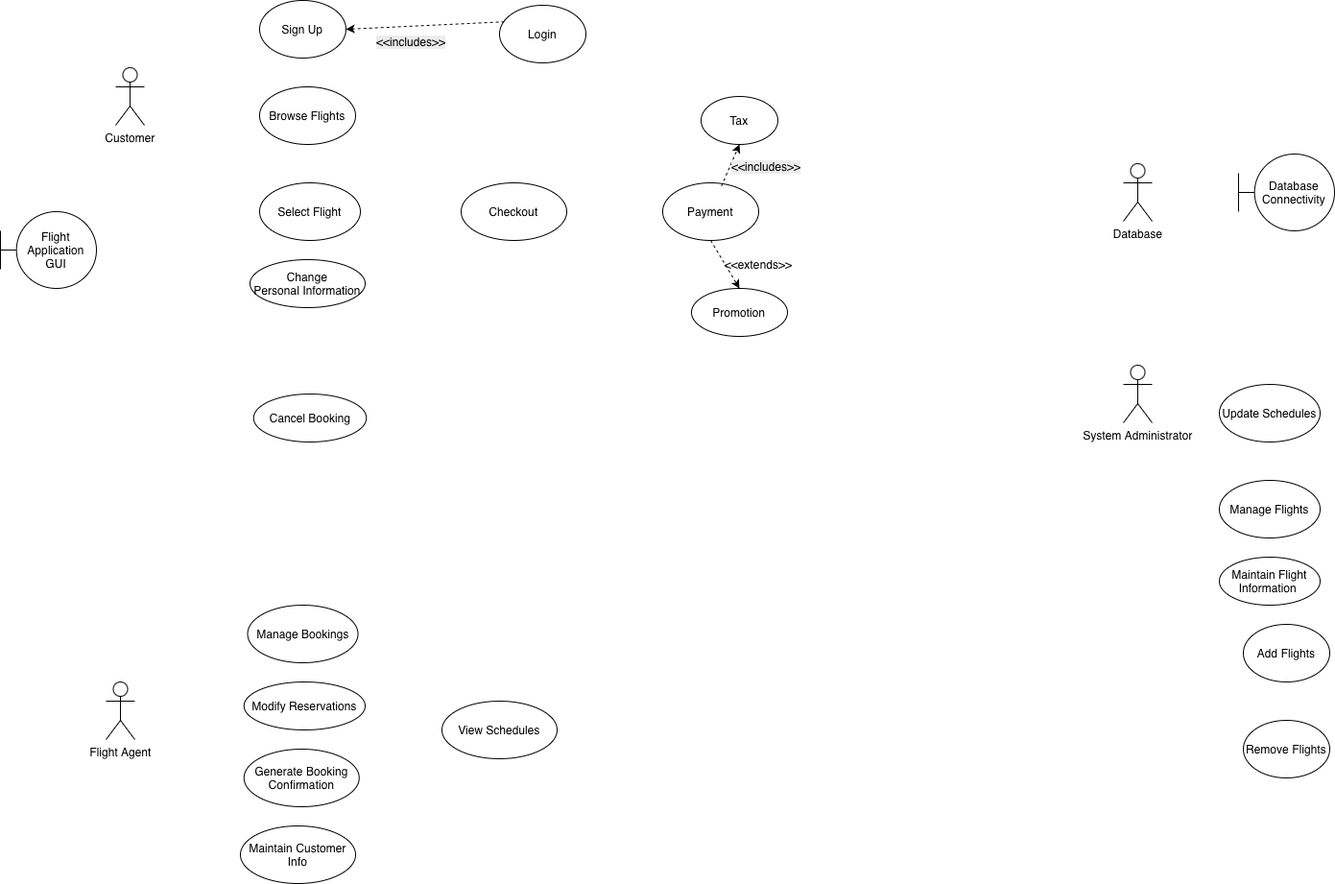
Above: SystemUseCaseDiagram.drawio.png in aditi-j25/Flight_Flow_Reservation_System (draw.io), before the change. Source tidied: cells renumbered, new cells last; positions are measured from the earlier drawing's top-left corner, leaving out a move shared by most shapes. Its diagram source:
```xml
<mxGraphModel>
  <root>
    <mxCell id="0" />
    <mxCell id="1" parent="0" />
    <mxCell id="2" value="Customer" style="shape=umlActor;verticalLabelPosition=bottom;verticalAlign=top;html=1;" parent="1" vertex="1">
      <mxGeometry x="120" y="70" width="30" height="60" as="geometry" />
    </mxCell>
    <mxCell id="3" value="Database" style="shape=umlActor;verticalLabelPosition=bottom;verticalAlign=top;html=1;" parent="1" vertex="1">
      <mxGeometry x="1170" y="170" width="30" height="60" as="geometry" />
    </mxCell>
    <mxCell id="4" value="Login" style="ellipse;whiteSpace=wrap;html=1;" parent="1" vertex="1">
      <mxGeometry x="520" y="5" width="90" height="60" as="geometry" />
    </mxCell>
    <mxCell id="5" value="System Administrator" style="shape=umlActor;verticalLabelPosition=bottom;verticalAlign=top;html=1;" parent="1" vertex="1">
      <mxGeometry x="1170" y="380" width="30" height="60" as="geometry" />
    </mxCell>
    <mxCell id="6" value="Checkout" style="ellipse;whiteSpace=wrap;html=1;" parent="1" vertex="1">
      <mxGeometry x="480" y="190" width="110" height="60" as="geometry" />
    </mxCell>
    <mxCell id="7" value="Browse Flights" style="ellipse;whiteSpace=wrap;html=1;" parent="1" vertex="1">
      <mxGeometry x="270" y="90" width="100" height="60" as="geometry" />
    </mxCell>
    <mxCell id="8" value="Select Flight" style="ellipse;whiteSpace=wrap;html=1;" parent="1" vertex="1">
      <mxGeometry x="270" y="190" width="105" height="60" as="geometry" />
    </mxCell>
    <mxCell id="9" value="Sign Up" style="ellipse;whiteSpace=wrap;html=1;" parent="1" vertex="1">
      <mxGeometry x="270" width="90" height="60" as="geometry" />
    </mxCell>
    <mxCell id="10" value="Maintain Flight Information&amp;nbsp;" style="ellipse;whiteSpace=wrap;html=1;" parent="1" vertex="1">
      <mxGeometry x="1270" y="580" width="105" height="50" as="geometry" />
    </mxCell>
    <mxCell id="11" value="Database Connectivity" style="shape=umlBoundary;whiteSpace=wrap;html=1;" parent="1" vertex="1">
      <mxGeometry x="1290" y="160" width="100" height="80" as="geometry" />
    </mxCell>
    <mxCell id="12" value="Payment" style="ellipse;whiteSpace=wrap;html=1;" parent="1" vertex="1">
      <mxGeometry x="690" y="190" width="100" height="60" as="geometry" />
    </mxCell>
    <mxCell id="13" value="Flight Application GUI" style="shape=umlBoundary;whiteSpace=wrap;html=1;" parent="1" vertex="1">
      <mxGeometry y="220" width="100" height="80" as="geometry" />
    </mxCell>
    <mxCell id="14" value="Promotion" style="ellipse;whiteSpace=wrap;html=1;" parent="1" vertex="1">
      <mxGeometry x="720" y="300" width="100" height="50" as="geometry" />
    </mxCell>
    <mxCell id="15" value="&amp;lt;&amp;lt;extends&amp;gt;&amp;gt;" style="text;html=1;whiteSpace=wrap;strokeColor=none;fillColor=none;align=center;verticalAlign=middle;rounded=0;" parent="1" vertex="1">
      <mxGeometry x="760" y="260" width="60" height="30" as="geometry" />
    </mxCell>
    <mxCell id="16" style="endArrow=classic;html=1;rounded=0;entryX=0.5;entryY=0;entryDx=0;entryDy=0;exitX=0.5;exitY=1;exitDx=0;exitDy=0;dashed=1;" parent="1" edge="1" source="12" target="14">
      <mxGeometry relative="1" as="geometry" />
    </mxCell>
    <mxCell id="17" value="Flight Agent" style="shape=umlActor;verticalLabelPosition=bottom;verticalAlign=top;html=1;" parent="1" vertex="1">
      <mxGeometry x="110" y="710" width="30" height="60" as="geometry" />
    </mxCell>
    <mxCell id="18" value="Manage Flights" style="ellipse;whiteSpace=wrap;html=1;" parent="1" vertex="1">
      <mxGeometry x="1270" y="500" width="105" height="60" as="geometry" />
    </mxCell>
    <mxCell id="19" value="Update Schedules" style="ellipse;whiteSpace=wrap;html=1;" parent="1" vertex="1">
      <mxGeometry x="1270" y="400" width="105" height="60" as="geometry" />
    </mxCell>
    <mxCell id="20" value="Tax" style="ellipse;whiteSpace=wrap;html=1;" parent="1" vertex="1">
      <mxGeometry x="730" y="100" width="80" height="50" as="geometry" />
    </mxCell>
    <mxCell id="21" value="Change Personal&amp;nbsp;&lt;span style=&quot;white-space: pre;&quot;&gt;Information&lt;/span&gt;" style="ellipse;whiteSpace=wrap;html=1;" parent="1" vertex="1">
      <mxGeometry x="260" y="270" width="120" height="50" as="geometry" />
    </mxCell>
    <mxCell id="22" value="Manage Bookings" style="ellipse;whiteSpace=wrap;html=1;" parent="1" vertex="1">
      <mxGeometry x="257.5" y="630" width="115" height="60" as="geometry" />
    </mxCell>
    <mxCell id="23" value="Generate Booking Confirmation" style="ellipse;whiteSpace=wrap;html=1;" parent="1" vertex="1">
      <mxGeometry x="253.8" y="780" width="120" height="60" as="geometry" />
    </mxCell>
    <mxCell id="24" value="Modify Reservations" style="ellipse;whiteSpace=wrap;html=1;" parent="1" vertex="1">
      <mxGeometry x="253.8" y="710" width="126.2" height="50" as="geometry" />
    </mxCell>
    <mxCell id="25" value="View Schedules" style="ellipse;whiteSpace=wrap;html=1;" parent="1" vertex="1">
      <mxGeometry x="460" y="730" width="120" height="60" as="geometry" />
    </mxCell>
    <mxCell id="26" style="endArrow=classic;html=1;rounded=0;entryX=0.5;entryY=1;entryDx=0;entryDy=0;exitX=0.612;exitY=0.057;exitDx=0;exitDy=0;dashed=1;exitPerimeter=0;" parent="1" edge="1" source="12" target="20">
      <mxGeometry relative="1" as="geometry" />
    </mxCell>
    <mxCell id="27" value="Cancel Booking" style="ellipse;whiteSpace=wrap;html=1;" parent="1" vertex="1">
      <mxGeometry x="263.8" y="410" width="117.5" height="50" as="geometry" />
    </mxCell>
    <mxCell id="28" value="&lt;span style=&quot;color: rgb(0, 0, 0); font-family: Helvetica; font-size: 12px; font-style: normal; font-variant-ligatures: normal; font-variant-caps: normal; font-weight: 400; letter-spacing: normal; orphans: 2; text-align: center; text-indent: 0px; text-transform: none; widows: 2; word-spacing: 0px; -webkit-text-stroke-width: 0px; white-space: normal; background-color: rgb(236, 236, 236); text-decoration-thickness: initial; text-decoration-style: initial; text-decoration-color: initial; float: none; display: inline !important;&quot;&gt;&amp;lt;&amp;lt;includes&amp;gt;&amp;gt;&lt;/span&gt;" style="text;whiteSpace=wrap;html=1;" parent="1" vertex="1">
      <mxGeometry x="760" y="160" width="80" height="20" as="geometry" />
    </mxCell>
    <mxCell id="29" value="Add Flights" style="ellipse;whiteSpace=wrap;html=1;" parent="1" vertex="1">
      <mxGeometry x="1295" y="650" width="90" height="60" as="geometry" />
    </mxCell>
    <mxCell id="30" value="Remove Flights" style="ellipse;whiteSpace=wrap;html=1;" parent="1" vertex="1">
      <mxGeometry x="1295" y="750" width="90" height="60" as="geometry" />
    </mxCell>
    <mxCell id="31" value="&lt;span style=&quot;color: rgb(0, 0, 0); font-family: Helvetica; font-size: 12px; font-style: normal; font-variant-ligatures: normal; font-variant-caps: normal; font-weight: 400; letter-spacing: normal; orphans: 2; text-align: center; text-indent: 0px; text-transform: none; widows: 2; word-spacing: 0px; -webkit-text-stroke-width: 0px; white-space: normal; background-color: rgb(236, 236, 236); text-decoration-thickness: initial; text-decoration-style: initial; text-decoration-color: initial; float: none; display: inline !important;&quot;&gt;&amp;lt;&amp;lt;includes&amp;gt;&amp;gt;&lt;/span&gt;" style="text;whiteSpace=wrap;html=1;" parent="1" vertex="1">
      <mxGeometry x="390" y="30" width="90" height="30" as="geometry" />
    </mxCell>
    <mxCell id="32" style="endArrow=classic;html=1;rounded=0;entryX=1;entryY=0.5;entryDx=0;entryDy=0;exitX=0.056;exitY=0.287;exitDx=0;exitDy=0;dashed=1;exitPerimeter=0;" parent="1" edge="1" source="4" target="9">
      <mxGeometry relative="1" as="geometry" />
    </mxCell>
    <mxCell id="33" value="Maintain Customer Info" style="ellipse;whiteSpace=wrap;html=1;" parent="1" vertex="1">
      <mxGeometry x="250" y="860" width="120" height="60" as="geometry" />
    </mxCell>
  </root>
</mxGraphModel>
```
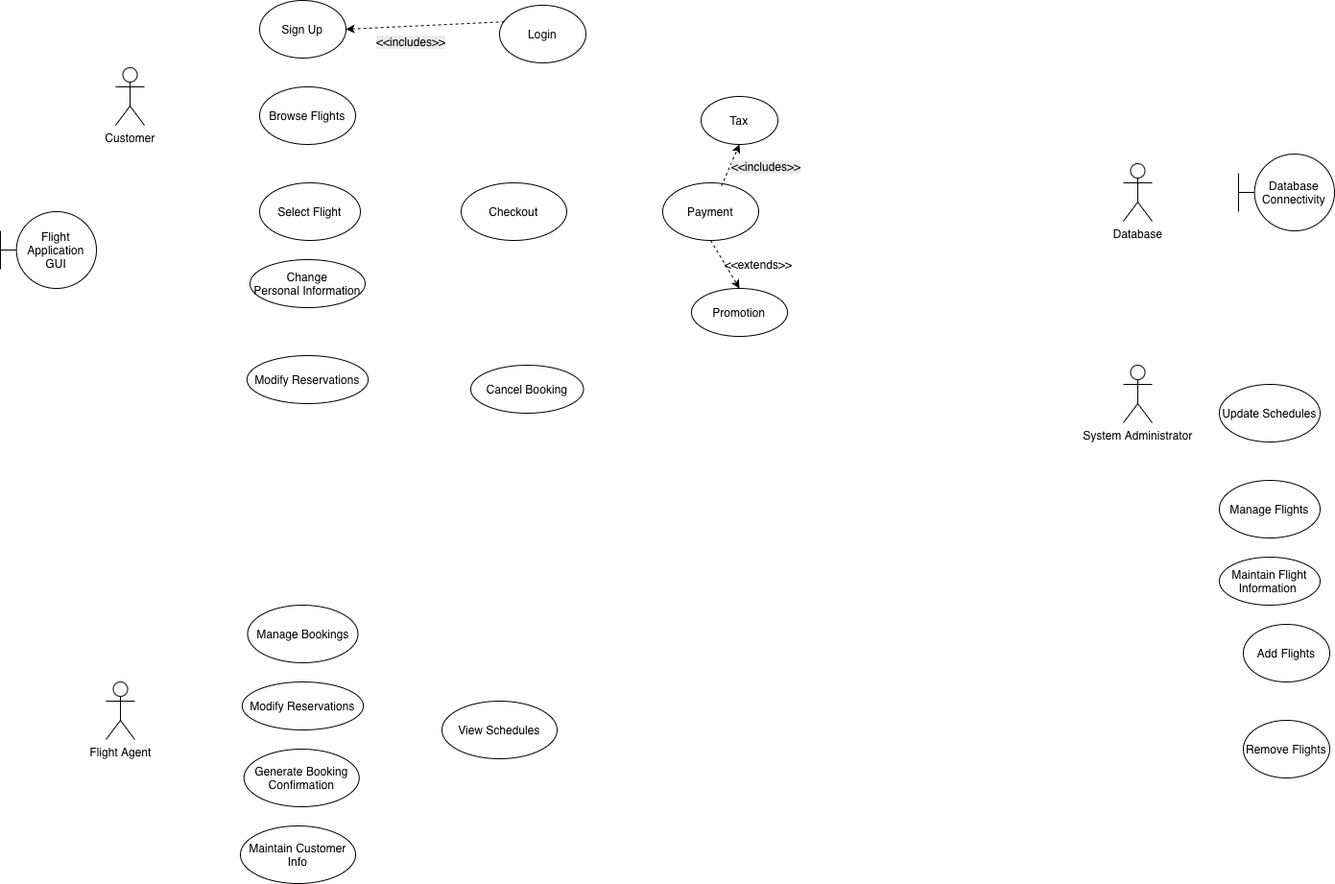
After the commit.

Change to the diagram source:
```diff
@@ -69,7 +69,7 @@
       <mxGeometry x="253.8" y="780" width="120" height="60" as="geometry" />
     </mxCell>
     <mxCell id="24" value="Modify Reservations" style="ellipse;whiteSpace=wrap;html=1;" parent="1" vertex="1">
-      <mxGeometry x="253.8" y="710" width="126.2" height="50" as="geometry" />
+      <mxGeometry x="251.9" y="710" width="126.2" height="50" as="geometry" />
     </mxCell>
     <mxCell id="25" value="View Schedules" style="ellipse;whiteSpace=wrap;html=1;" parent="1" vertex="1">
       <mxGeometry x="460" y="730" width="120" height="60" as="geometry" />
@@ -78,7 +78,7 @@
       <mxGeometry relative="1" as="geometry" />
     </mxCell>
     <mxCell id="27" value="Cancel Booking" style="ellipse;whiteSpace=wrap;html=1;" parent="1" vertex="1">
-      <mxGeometry x="263.8" y="410" width="117.5" height="50" as="geometry" />
+      <mxGeometry x="490" y="380" width="117.5" height="50" as="geometry" />
     </mxCell>
     <mxCell id="28" value="&lt;span style=&quot;color: rgb(0, 0, 0); font-family: Helvetica; font-size: 12px; font-style: normal; font-variant-ligatures: normal; font-variant-caps: normal; font-weight: 400; letter-spacing: normal; orphans: 2; text-align: center; text-indent: 0px; text-transform: none; widows: 2; word-spacing: 0px; -webkit-text-stroke-width: 0px; white-space: normal; background-color: rgb(236, 236, 236); text-decoration-thickness: initial; text-decoration-style: initial; text-decoration-color: initial; float: none; display: inline !important;&quot;&gt;&amp;lt;&amp;lt;includes&amp;gt;&amp;gt;&lt;/span&gt;" style="text;whiteSpace=wrap;html=1;" parent="1" vertex="1">
       <mxGeometry x="760" y="160" width="80" height="20" as="geometry" />
@@ -98,5 +98,8 @@
     <mxCell id="33" value="Maintain Customer Info" style="ellipse;whiteSpace=wrap;html=1;" parent="1" vertex="1">
       <mxGeometry x="250" y="860" width="120" height="60" as="geometry" />
     </mxCell>
+    <mxCell id="34" value="Modify Reservations" style="ellipse;whiteSpace=wrap;html=1;" parent="1" vertex="1">
+      <mxGeometry x="256.9" y="370" width="126.2" height="50" as="geometry" />
+    </mxCell>
   </root>
 </mxGraphModel>
```
